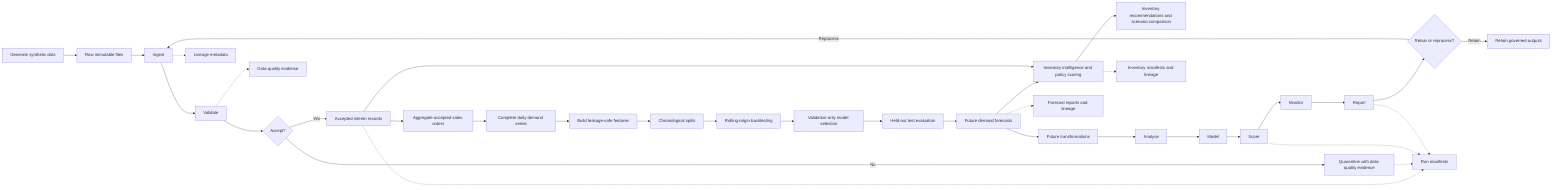
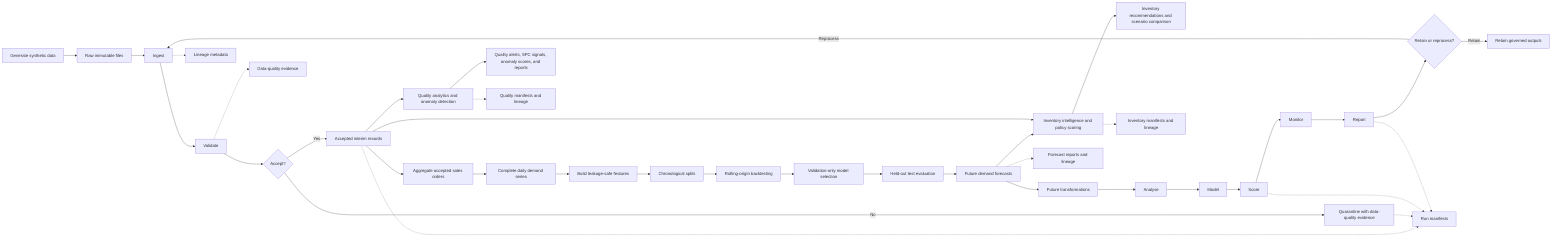
flowchart LR
    Generate["Generate synthetic data"] --> Raw["Raw immutable files"]
    Raw --> Ingest["Ingest"]
    Ingest --> Validate["Validate"]
    Validate --> Decision{"Accept?"}
    Decision -- No --> Quarantine["Quarantine with data-quality evidence"]
    Decision -- Yes --> Accepted["Accepted interim records"]
    Accepted --> Demand["Aggregate accepted sales orders"]
    Demand --> Complete["Complete daily demand series"]
    Complete --> Feature["Build leakage-safe features"]
    Feature --> Split["Chronological splits"]
    Split --> Backtest["Rolling-origin backtesting"]
    Backtest --> Select["Validation-only model selection"]
    Select --> Test["Held-out test evaluation"]
    Test --> Forecast["Future demand forecasts"]
    Forecast --> Transform["Future transformations"]
    Forecast --> Inventory["Inventory intelligence and policy scoring"]
    Accepted --> Inventory
    Inventory --> InventoryOutputs["Inventory recommendations and scenario comparison"]
+     Accepted --> Quality["Quality analytics and anomaly detection"]
+     Quality --> QualityOutputs["Quality alerts, SPC signals, anomaly scores, and reports"]
    Transform --> Analyse["Analyse"]
    Analyse --> Model["Model"]
    Model --> Score["Score"]
    Score --> Monitor["Monitor"]
    Monitor --> Report["Report"]
    Report --> Retain{"Retain or reprocess?"}
    Retain -- Retain --> Archive["Retain governed outputs"]
    Retain -- Reprocess --> Ingest

    Ingest -.-> Lineage["Lineage metadata"]
    Validate -.-> Evidence["Data-quality evidence"]
    Forecast -.-> ForecastLineage["Forecast reports and lineage"]
    Inventory -.-> InventoryLineage["Inventory manifests and lineage"]
+     Quality -.-> QualityLineage["Quality manifests and lineage"]
    Accepted -.-> Manifest["Run manifests"]
    Quarantine -.-> Manifest
    Score -.-> Manifest
    Report -.-> Manifest
